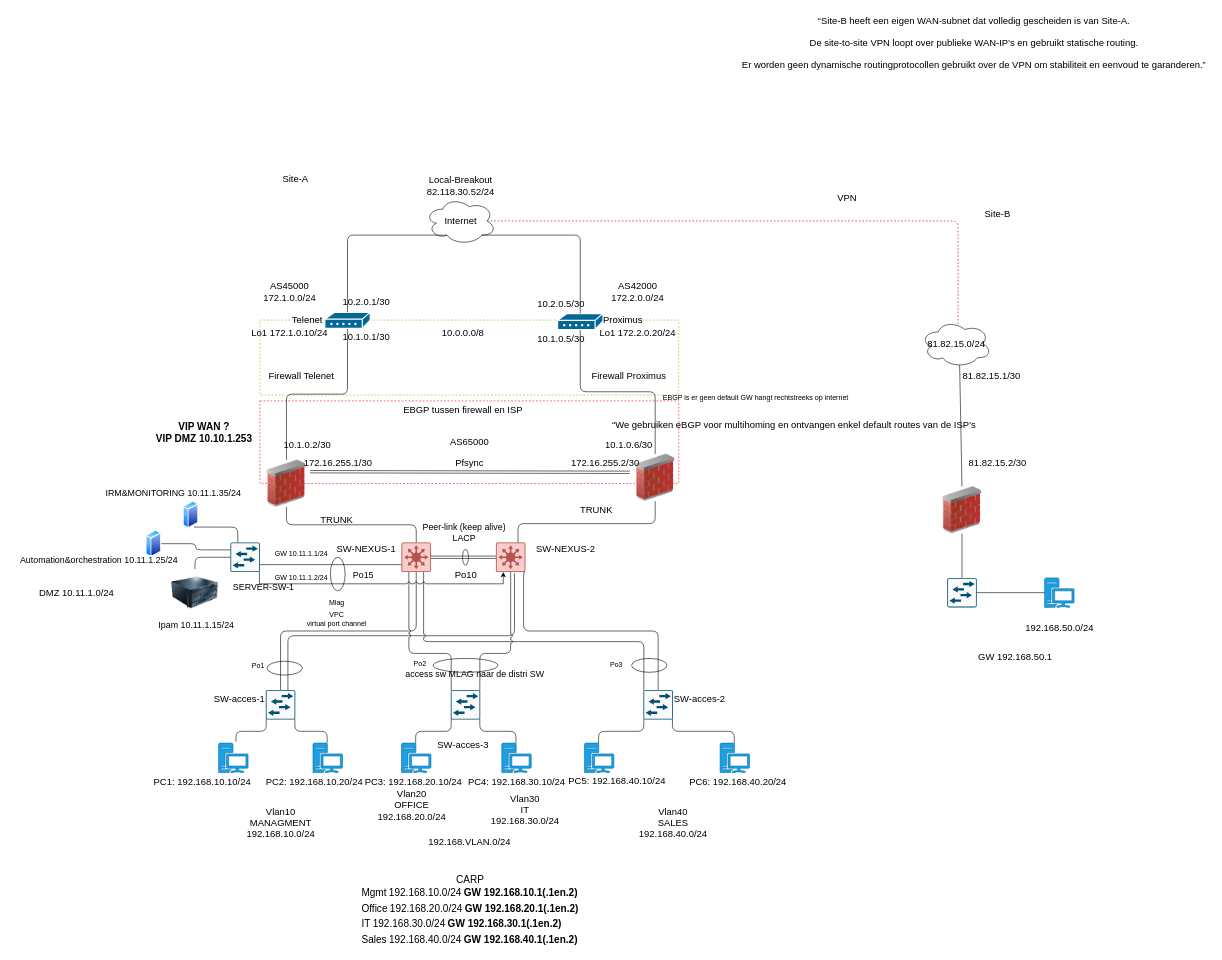
This is page "eindwerk" (2 of 2) of Eindwerk.drawio from S-Eris/Network-Engineer-Eindproef, a draw.io file, before an edit. Source tidied: cells renumbered, new cells numbered last; positions are measured from the earlier drawing's top-left corner, leaving out a move shared by most shapes. Both pictures are drawn from the tidied source at 59%, with x=0, y=0 at pixel (10, 10).
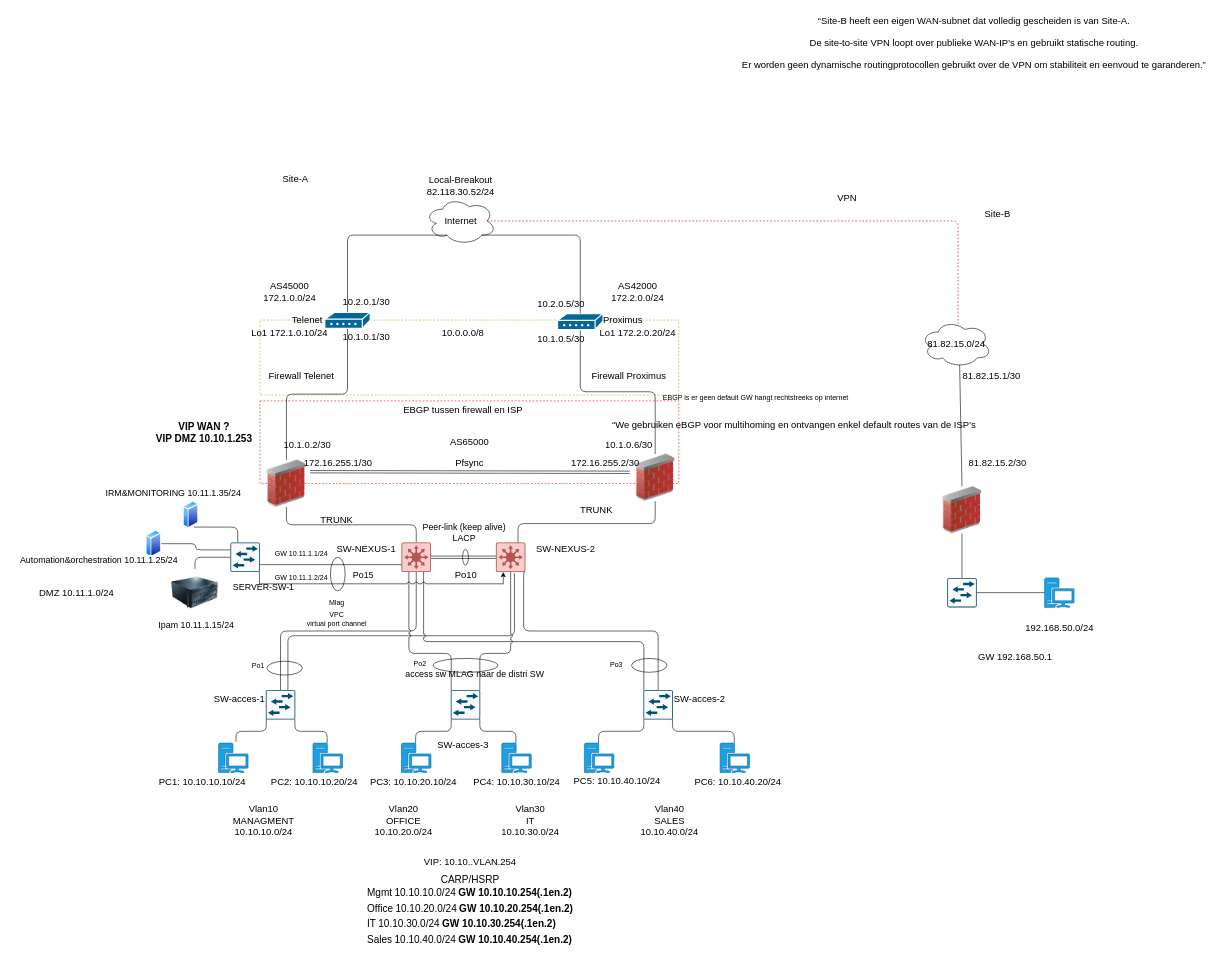
Above is the later version.

Diff of the diagram source:
```diff
@@
-    <mxCell id="38" value="Vlan10&lt;div&gt;MANAGMENT&lt;/div&gt;&lt;div&gt;192.168.10.0/24&lt;/div&gt;" style="text;html=1;align=center;verticalAlign=middle;strokeColor=none;fillColor=none;fontSize=16;" parent="1" vertex="1">
-      <mxGeometry x="388" y="1342" width="140" height="70" as="geometry" />
+    <mxCell id="38" value="Vlan10&lt;div&gt;MANAGMENT&lt;/div&gt;&lt;div&gt;10.10.10.0/24&lt;br&gt;&lt;/div&gt;" style="text;html=1;align=center;verticalAlign=middle;strokeColor=none;fillColor=none;fontSize=16;" parent="1" vertex="1">
+      <mxGeometry x="361" y="1335" width="135" height="75" as="geometry" />
     </mxCell>
@@
-    <mxCell id="40" value="Vlan20&lt;div&gt;OFFICE&lt;/div&gt;&lt;div&gt;192.168.20.0/24&lt;/div&gt;" style="text;html=1;align=center;verticalAlign=middle;strokeColor=none;fillColor=none;fontSize=16;" parent="1" vertex="1">
-      <mxGeometry x="610" y="1312" width="140" height="70" as="geometry" />
+    <mxCell id="40" value="Vlan20&lt;div&gt;OFFICE&lt;/div&gt;&lt;div&gt;10.10.20.0/24&lt;br&gt;&lt;/div&gt;" style="text;html=1;align=center;verticalAlign=middle;strokeColor=none;fillColor=none;fontSize=16;" parent="1" vertex="1">
+      <mxGeometry x="598" y="1335" width="135" height="75" as="geometry" />
     </mxCell>
-    <mxCell id="41" value="Vlan30&lt;div&gt;IT&lt;/div&gt;&lt;div&gt;192.168.30.0/24&lt;/div&gt;" style="text;html=1;align=center;verticalAlign=middle;strokeColor=none;fillColor=none;fontSize=16;" parent="1" vertex="1">
-      <mxGeometry x="801.5" y="1320" width="140" height="70" as="geometry" />
+    <mxCell id="41" value="Vlan30&lt;div&gt;IT&lt;/div&gt;&lt;div&gt;10.10.30.0/24&lt;br&gt;&lt;/div&gt;" style="text;html=1;align=center;verticalAlign=middle;strokeColor=none;fillColor=none;fontSize=16;" parent="1" vertex="1">
+      <mxGeometry x="813" y="1335" width="135" height="75" as="geometry" />
     </mxCell>
@@
-    <mxCell id="51" value="Vlan40&lt;div&gt;SALES&lt;/div&gt;&lt;div&gt;192.168.40.0/24&lt;/div&gt;" style="text;html=1;align=center;verticalAlign=middle;strokeColor=none;fillColor=none;fontSize=16;" parent="1" vertex="1">
-      <mxGeometry x="1053" y="1342" width="140" height="70" as="geometry" />
+    <mxCell id="51" value="Vlan40&lt;div&gt;SALES&lt;/div&gt;&lt;div&gt;10.10.40.0/24&lt;br&gt;&lt;/div&gt;" style="text;html=1;align=center;verticalAlign=middle;strokeColor=none;fillColor=none;fontSize=16;" parent="1" vertex="1">
+      <mxGeometry x="1049.5" y="1335" width="135" height="75" as="geometry" />
     </mxCell>
@@
-    <mxCell id="61" value="192.168.VLAN.0/24" style="text;html=1;align=center;verticalAlign=middle;strokeColor=none;fillColor=none;fontSize=16;" parent="1" vertex="1">
-      <mxGeometry x="698" y="1395" width="160" height="30" as="geometry" />
+    <mxCell id="61" value="VIP: 10.10..VLAN.254" style="text;html=1;align=center;verticalAlign=middle;strokeColor=none;fillColor=none;fontSize=16;" parent="1" vertex="1">
+      <mxGeometry x="681" y="1428" width="195" height="30" as="geometry" />
     </mxCell>
@@
-    <mxCell id="63" value="PC1: 192.168.10.10/24" style="text;html=1;align=center;verticalAlign=middle;strokeColor=none;fillColor=none;fontSize=16;" parent="1" vertex="1">
-      <mxGeometry x="230" y="1292" width="190" height="30" as="geometry" />
+    <mxCell id="63" value="PC1: 10.10.10.10/24" style="text;html=1;align=center;verticalAlign=middle;strokeColor=none;fillColor=none;fontSize=16;" parent="1" vertex="1">
+      <mxGeometry x="235" y="1292" width="180" height="30" as="geometry" />
     </mxCell>
-    <mxCell id="64" value="PC2: 192.168.10.20/24" style="text;html=1;align=center;verticalAlign=middle;strokeColor=none;fillColor=none;fontSize=16;" parent="1" vertex="1">
-      <mxGeometry x="420" y="1292" width="190" height="30" as="geometry" />
+    <mxCell id="64" value="PC2: 10.10.10.20/24" style="text;html=1;align=center;verticalAlign=middle;strokeColor=none;fillColor=none;fontSize=16;" parent="1" vertex="1">
+      <mxGeometry x="425" y="1292" width="180" height="30" as="geometry" />
     </mxCell>
-    <mxCell id="65" value="PC3: 192.168.20.10/24" style="text;html=1;align=center;verticalAlign=middle;strokeColor=none;fillColor=none;fontSize=16;" parent="1" vertex="1">
-      <mxGeometry x="588" y="1292" width="190" height="30" as="geometry" />
+    <mxCell id="65" value="PC3: 10.10.20.10/24" style="text;html=1;align=center;verticalAlign=middle;strokeColor=none;fillColor=none;fontSize=16;" parent="1" vertex="1">
+      <mxGeometry x="593" y="1292" width="180" height="30" as="geometry" />
     </mxCell>
-    <mxCell id="66" value="PC4: 192.168.30.10/24" style="text;html=1;align=center;verticalAlign=middle;strokeColor=none;fillColor=none;fontSize=16;" parent="1" vertex="1">
-      <mxGeometry x="763" y="1292" width="190" height="30" as="geometry" />
+    <mxCell id="66" value="PC4: 10.10.30.10/24" style="text;html=1;align=center;verticalAlign=middle;strokeColor=none;fillColor=none;fontSize=16;" parent="1" vertex="1">
+      <mxGeometry x="768" y="1292" width="180" height="30" as="geometry" />
     </mxCell>
-    <mxCell id="67" value="PC5: 192.168.40.10/24" style="text;html=1;align=center;verticalAlign=middle;strokeColor=none;fillColor=none;fontSize=16;" parent="1" vertex="1">
-      <mxGeometry x="933" y="1290" width="190" height="30" as="geometry" />
+    <mxCell id="67" value="PC5: 10.10.40.10/24" style="text;html=1;align=center;verticalAlign=middle;strokeColor=none;fillColor=none;fontSize=16;" parent="1" vertex="1">
+      <mxGeometry x="938" y="1290" width="180" height="30" as="geometry" />
     </mxCell>
-    <mxCell id="68" value="PC6: 192.168.40.20/24" style="text;html=1;align=center;verticalAlign=middle;strokeColor=none;fillColor=none;fontSize=16;" parent="1" vertex="1">
-      <mxGeometry x="1138" y="1292" width="190" height="30" as="geometry" />
+    <mxCell id="68" value="PC6: 10.10.40.20/24" style="text;html=1;align=center;verticalAlign=middle;strokeColor=none;fillColor=none;fontSize=16;" parent="1" vertex="1">
+      <mxGeometry x="1143" y="1292" width="180" height="30" as="geometry" />
     </mxCell>
@@
-    <mxCell id="81" value="CARP&lt;br&gt;&lt;table&gt;&lt;tbody&gt;&lt;tr&gt;&lt;td&gt;Mgmt&lt;/td&gt;&lt;td&gt;192.168.10.0/24&lt;/td&gt;&lt;td&gt;&lt;strong&gt;GW 192.168.10.1(.1en.2)&lt;/strong&gt;&lt;/td&gt;&lt;/tr&gt;&lt;/tbody&gt;&lt;/table&gt;&lt;table&gt;&lt;tbody&gt;&lt;tr&gt;&lt;td&gt;Office&lt;/td&gt;&lt;td&gt;192.168.20.0/24&lt;/td&gt;&lt;td&gt;&lt;strong&gt;GW 192.168.20.1&lt;/strong&gt;&lt;strong&gt;(.1en.2)&lt;/strong&gt;&lt;/td&gt;&lt;/tr&gt;&lt;/tbody&gt;&lt;/table&gt;&lt;table&gt;&lt;tbody&gt;&lt;tr&gt;&lt;td&gt;IT&lt;/td&gt;&lt;td&gt;192.168.30.0/24&lt;/td&gt;&lt;td&gt;&lt;strong&gt;GW 192.168.30.1&lt;/strong&gt;&lt;strong&gt;(.1en.2)&lt;/strong&gt;&lt;/td&gt;&lt;/tr&gt;&lt;/tbody&gt;&lt;/table&gt;&lt;table&gt;&lt;tbody&gt;&lt;tr&gt;&lt;td&gt;Sales&lt;/td&gt;&lt;td&gt;192.168.40.0/24&lt;/td&gt;&lt;td&gt;&lt;strong&gt;GW 192.168.40.1(.1en.2)&lt;/strong&gt;&lt;/td&gt;&lt;/tr&gt;&lt;/tbody&gt;&lt;/table&gt;" style="text;html=1;align=center;verticalAlign=middle;strokeColor=none;fillColor=none;fontSize=17;" parent="1" vertex="1">
-      <mxGeometry x="576" y="1458" width="405" height="135" as="geometry" />
+    <mxCell id="81" value="CARP/HSRP&lt;br&gt;&lt;table&gt;&lt;tbody&gt;&lt;tr&gt;&lt;td&gt;Mgmt&lt;/td&gt;&lt;td&gt;10.10.10.0/24&lt;/td&gt;&lt;td&gt;&lt;strong&gt;GW 10.10.10.254(.1en.2)&lt;/strong&gt;&lt;/td&gt;&lt;/tr&gt;&lt;/tbody&gt;&lt;/table&gt;&lt;table&gt;&lt;tbody&gt;&lt;tr&gt;&lt;td&gt;Office&lt;/td&gt;&lt;td&gt;10.10.20.0/24&lt;/td&gt;&lt;td&gt;&lt;strong&gt;GW 10.10.20.254&lt;/strong&gt;&lt;strong&gt;(.1en.2)&lt;/strong&gt;&lt;/td&gt;&lt;/tr&gt;&lt;/tbody&gt;&lt;/table&gt;&lt;table&gt;&lt;tbody&gt;&lt;tr&gt;&lt;td&gt;IT&lt;/td&gt;&lt;td&gt;10.10.30.0/24&lt;/td&gt;&lt;td&gt;&lt;strong&gt;GW 10.10.30.254&lt;/strong&gt;&lt;strong&gt;(.1en.2)&lt;/strong&gt;&lt;/td&gt;&lt;/tr&gt;&lt;/tbody&gt;&lt;/table&gt;&lt;table&gt;&lt;tbody&gt;&lt;tr&gt;&lt;td&gt;Sales&lt;/td&gt;&lt;td&gt;10.10.40.0/24&lt;/td&gt;&lt;td&gt;&lt;strong&gt;GW 10.10.40.254(.1en.2)&lt;/strong&gt;&lt;/td&gt;&lt;/tr&gt;&lt;/tbody&gt;&lt;/table&gt;" style="text;html=1;align=center;verticalAlign=middle;strokeColor=none;fillColor=none;fontSize=17;" parent="1" vertex="1">
+      <mxGeometry x="584" y="1458" width="390" height="135" as="geometry" />
     </mxCell>
```
